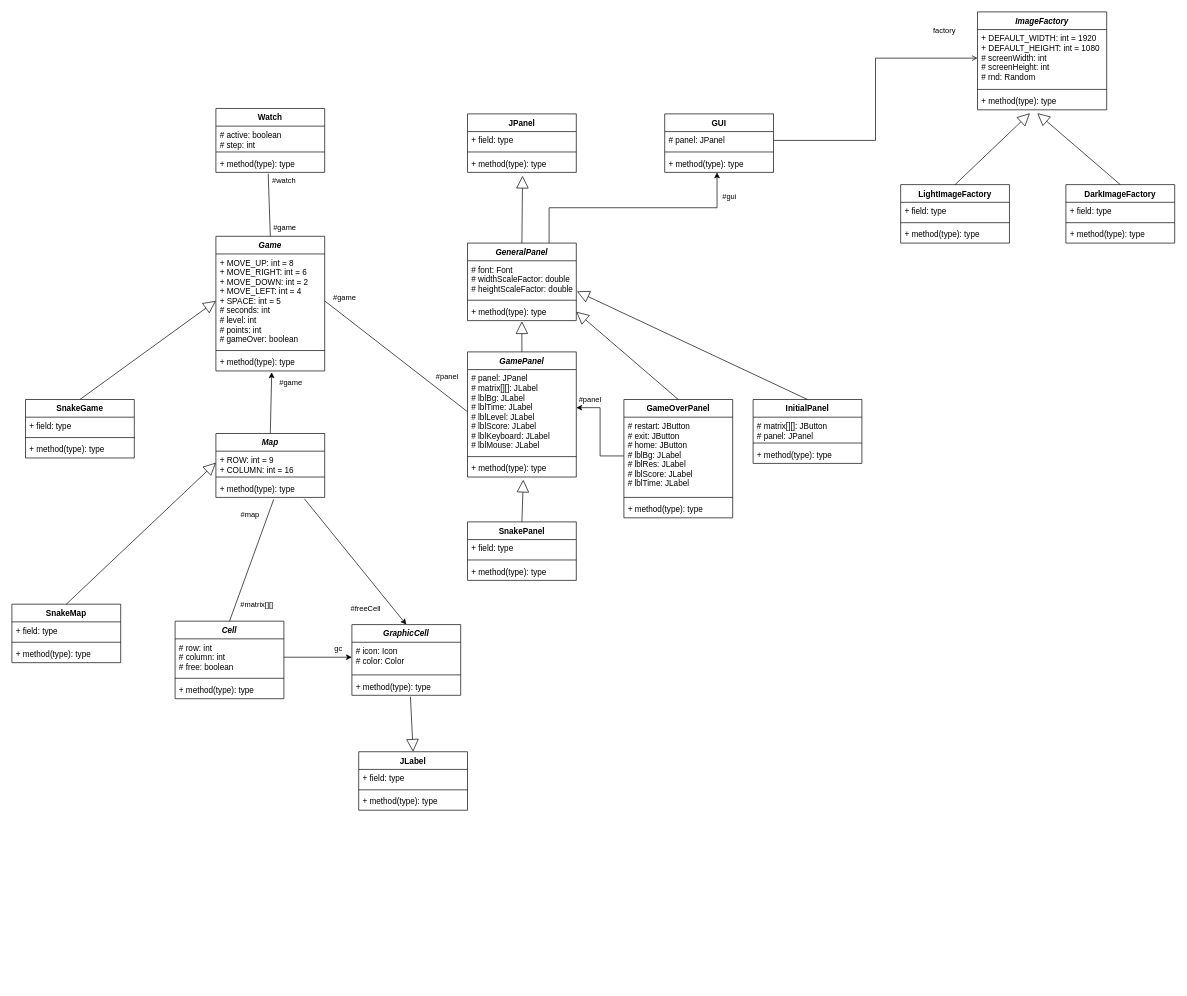
Earlier version of the draw.io diagram diagrama/classDiagram.drawio (brianalcl/1609). Source tidied: cells renumbered, new cells numbered last; positions are measured from the earlier drawing's top-left corner, leaving out a move shared by most shapes. Both pictures are drawn from the tidied source at 68%, with x=0, y=0 at pixel (12, 12).
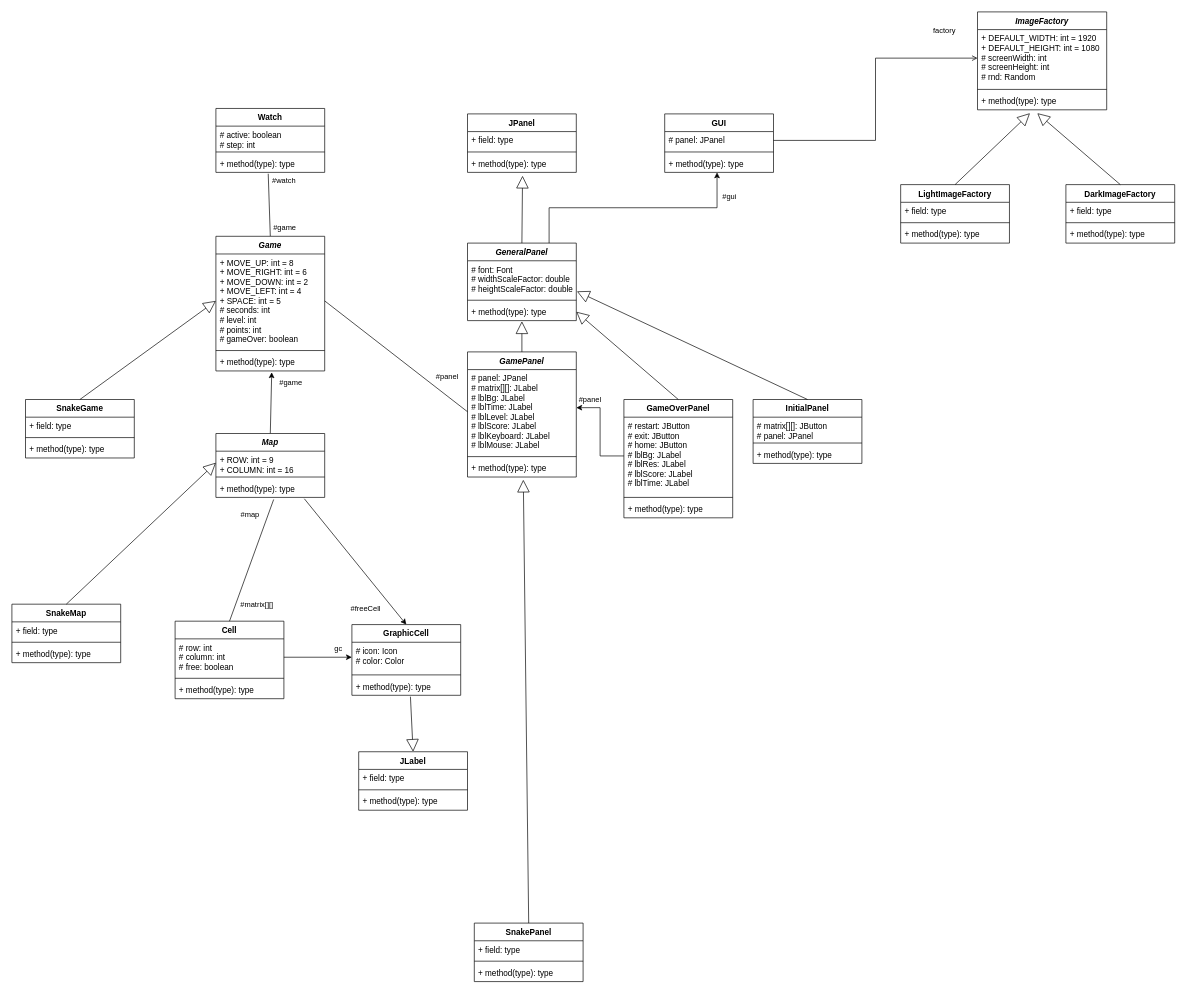
The same page after the edit.

Commit message (it also covers changes not shown here):
Se elimino el Game como atributo del GamePanel

The change refers to these unchanged cells:
```xml
<mxCell id="94" value="#panel" style="edgeStyle=none;rounded=0;jettySize=auto;html=1;exitX=1;exitY=0.5;exitDx=0;exitDy=0;entryX=0;entryY=0.5;entryDx=0;entryDy=0;endArrow=none;endFill=0;" parent="1" edge="1" source="55" target="23">
  <mxGeometry x="0.59" y="22" relative="1" as="geometry" />
</mxCell>
```

What changed in the source:
```diff
@@
     <mxCell id="10" value="SnakePanel" style="swimlane;fontStyle=1;align=center;verticalAlign=top;horizontal=1;startSize=26;" parent="1" vertex="1">
-      <mxGeometry x="670" y="750" width="160" height="86" as="geometry" />
+      <mxGeometry x="680" y="1340" width="160" height="86" as="geometry" />
     </mxCell>
@@
-    <mxCell id="65" value="Cell" style="swimlane;fontStyle=3;align=center;verticalAlign=top;horizontal=1;startSize=26;" parent="1" vertex="1">
+    <mxCell id="65" value="Cell" style="swimlane;fontStyle=1;align=center;verticalAlign=top;horizontal=1;startSize=26;" parent="1" vertex="1">
       <mxGeometry x="240" y="896" width="160" height="114" as="geometry" />
     </mxCell>
@@
-    <mxCell id="83" value="GraphicCell" style="swimlane;fontStyle=3;align=center;verticalAlign=top;horizontal=1;startSize=26;" parent="1" vertex="1">
+    <mxCell id="83" value="GraphicCell" style="swimlane;fontStyle=1;align=center;verticalAlign=top;horizontal=1;startSize=26;" parent="1" vertex="1">
       <mxGeometry x="500" y="901" width="160" height="104" as="geometry" />
     </mxCell>
@@
-    <mxCell id="95" value="#game" style="edgeLabel;html=1;align=center;verticalAlign=middle;" parent="94" vertex="1">
-      <mxGeometry x="-0.81" relative="1" as="geometry">
-        <mxPoint x="9" y="-21" as="offset" />
-      </mxGeometry>
-    </mxCell>
```
